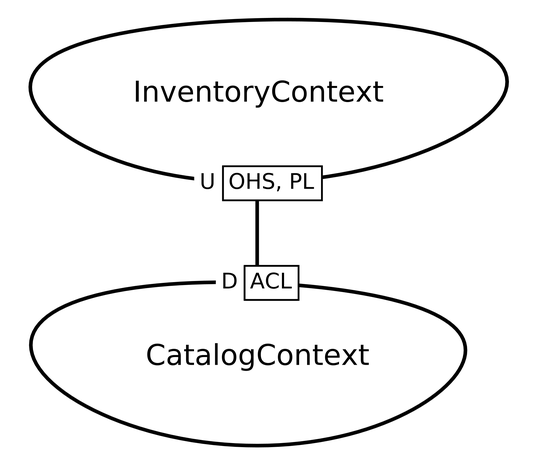
The Graphviz diagram src-gen/movies-albrains_ContextMap.png in movies-albrains/.github, before a commit. Its source is kept beside it as src-gen/movies-albrains_ContextMap.gv.
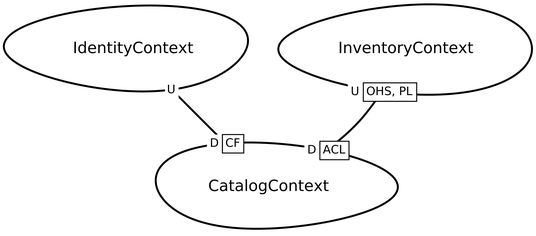
After the change.

Change to the diagram source:
```diff
@@ -1,7 +1,13 @@
 digraph "ContextMapGraph" {
 graph ["imagepath"="/tmp/GraphvizJava"]
-"CatalogContext" ["margin"="0.3","orientation"="330","shape"="egg","fontsize"="16","style"="bold","label"="CatalogContext\n","fontname"="sans-serif"]
-"InventoryContext" ["margin"="0.3","orientation"="134","shape"="egg","fontsize"="16","style"="bold","label"="InventoryContext\n","fontname"="sans-serif"]
+"CatalogContext" ["margin"="0.3","orientation"="167","shape"="egg","fontsize"="16","style"="bold","label"="CatalogContext\n","fontname"="sans-serif"]
+"IdentityContext" ["margin"="0.3","orientation"="18","shape"="egg","fontsize"="16","style"="bold","label"="IdentityContext\n","fontname"="sans-serif"]
+"InventoryContext" ["margin"="0.3","orientation"="98","shape"="egg","fontsize"="16","style"="bold","label"="InventoryContext\n","fontname"="sans-serif"]
+"IdentityContext" -> "CatalogContext" ["headlabel"=<<table cellspacing="0" cellborder="1" border="0">
+<tr><td bgcolor="white" sides="r">D</td><td sides="trbl" bgcolor="white"><font>CF</font></td></tr>
+</table>>,"labeldistance"="0","fontsize"="12","taillabel"=<<table cellspacing="0" cellborder="0" border="0">
+<tr><td bgcolor="white">U</td></tr>
+</table>>,"style"="bold","label"="                                        ","dir"="none","fontname"="sans-serif"]
 "InventoryContext" -> "CatalogContext" ["headlabel"=<<table cellspacing="0" cellborder="1" border="0">
 <tr><td bgcolor="white" sides="r">D</td><td sides="trbl" bgcolor="white"><font>ACL</font></td></tr>
 </table>>,"labeldistance"="0","fontsize"="12","taillabel"=<<table cellspacing="0" cellborder="1" border="0">
```
